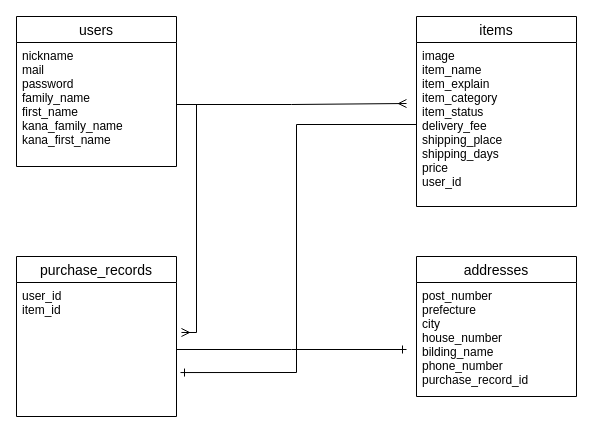
This is ER.dio from tasuke-61/furima-28661, a draw.io file, before an edit. Source tidied: cells renumbered, new cells numbered last; positions are measured from the earlier drawing's top-left corner, leaving out a move shared by most shapes. Both pictures are drawn from the tidied source at 100%, with x=0, y=0 at pixel (16, 16).
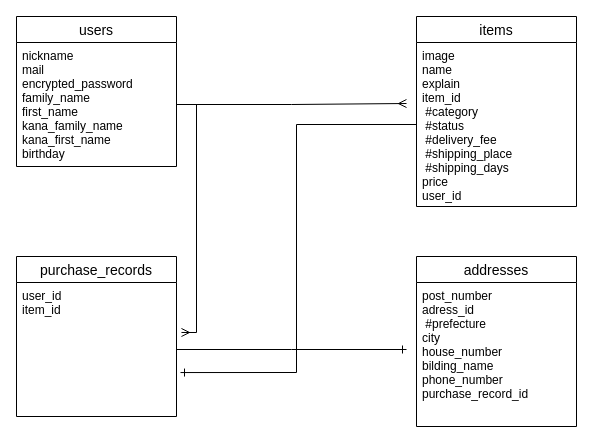
The same page after the edit.

Commit message (it also covers changes not shown here):
データベース設計2

What changed in the source:
```diff
@@
 <mxGraphModel>
   <root>
     <mxCell id="0" />
     <mxCell id="1" parent="0" />
     <mxCell id="2" value="users" style="swimlane;fontStyle=0;horizontal=1;startSize=26;align=center;fontSize=14;" parent="1" vertex="1">
       <mxGeometry width="160" height="150" as="geometry" />
     </mxCell>
-    <mxCell id="3" value="nickname&#10;mail&#10;password&#10;family_name&#10;first_name&#10;kana_family_name&#10;kana_first_name&#10;" style="text;strokeColor=none;fillColor=none;spacingLeft=4;spacingRight=4;overflow=hidden;points=[[0,0.5],[1,0.5]];portConstraint=eastwest;fontSize=12;" parent="2" vertex="1">
+    <mxCell id="3" value="nickname&#10;mail&#10;encrypted_password&#10;family_name&#10;first_name&#10;kana_family_name&#10;kana_first_name&#10;birthday&#10;" style="text;strokeColor=none;fillColor=none;spacingLeft=4;spacingRight=4;overflow=hidden;points=[[0,0.5],[1,0.5]];portConstraint=eastwest;fontSize=12;" parent="2" vertex="1">
       <mxGeometry y="26" width="160" height="124" as="geometry" />
     </mxCell>
     <mxCell id="4" value="items" style="swimlane;fontStyle=0;horizontal=1;startSize=26;align=center;fontSize=14;" parent="1" vertex="1">
       <mxGeometry x="400" width="160" height="190" as="geometry" />
     </mxCell>
-    <mxCell id="5" value="image&#10;item_name&#10;item_explain&#10;item_category&#10;item_status&#10;delivery_fee&#10;shipping_place&#10;shipping_days&#10;price&#10;user_id" style="text;strokeColor=none;fillColor=none;spacingLeft=4;spacingRight=4;overflow=hidden;points=[[0,0.5],[1,0.5]];portConstraint=eastwest;fontSize=12;" parent="4" vertex="1">
+    <mxCell id="5" value="image&#10;name&#10;explain&#10;item_id&#10; #category&#10; #status&#10; #delivery_fee&#10; #shipping_place&#10; #shipping_days&#10;price&#10;user_id&#10;" style="text;strokeColor=none;fillColor=none;spacingLeft=4;spacingRight=4;overflow=hidden;points=[[0,0.5],[1,0.5]];portConstraint=eastwest;fontSize=12;" parent="4" vertex="1">
       <mxGeometry y="26" width="160" height="164" as="geometry" />
     </mxCell>
     <mxCell id="6" value="purchase_records" style="swimlane;fontStyle=0;horizontal=1;startSize=26;align=center;fontSize=14;" parent="1" vertex="1">
       <mxGeometry y="240" width="160" height="160" as="geometry" />
     </mxCell>
     <mxCell id="7" value="addresses" style="swimlane;fontStyle=0;horizontal=1;startSize=26;align=center;fontSize=14;" parent="1" vertex="1">
-      <mxGeometry x="400" y="240" width="160" height="140" as="geometry" />
+      <mxGeometry x="400" y="240" width="160" height="170" as="geometry" />
     </mxCell>
-    <mxCell id="8" value="post_number&#10;prefecture&#10;city&#10;house_number&#10;bilding_name&#10;phone_number&#10;purchase_record_id" style="text;strokeColor=none;fillColor=none;spacingLeft=4;spacingRight=4;overflow=hidden;fontSize=12;" parent="7" vertex="1">
-      <mxGeometry y="26" width="160" height="114" as="geometry" />
+    <mxCell id="8" value="post_number&#10;adress_id&#10; #prefecture&#10;city&#10;house_number&#10;bilding_name&#10;phone_number&#10;purchase_record_id" style="text;strokeColor=none;fillColor=none;spacingLeft=4;spacingRight=4;overflow=hidden;fontSize=12;" parent="7" vertex="1">
+      <mxGeometry y="26" width="160" height="144" as="geometry" />
     </mxCell>
     <mxCell id="9" style="edgeStyle=orthogonalEdgeStyle;rounded=0;jettySize=auto;html=1;exitX=1;exitY=0.5;exitDx=0;exitDy=0;endArrow=ERone;endFill=0;" parent="1" edge="1" source="10">
       <mxGeometry relative="1" as="geometry">
         <mxPoint x="390" y="333" as="targetPoint" />
       </mxGeometry>
     </mxCell>
     <mxCell id="10" value="user_id&#10;item_id" style="text;strokeColor=none;fillColor=none;spacingLeft=4;spacingRight=4;overflow=hidden;points=[[0,0.5],[1,0.5]];portConstraint=eastwest;fontSize=12;" parent="1" vertex="1">
       <mxGeometry y="266" width="160" height="134" as="geometry" />
     </mxCell>
     <mxCell id="11" style="edgeStyle=orthogonalEdgeStyle;rounded=0;jettySize=auto;html=1;exitX=1;exitY=0.5;exitDx=0;exitDy=0;entryX=1.031;entryY=0.373;entryDx=0;entryDy=0;entryPerimeter=0;endArrow=ERmany;endFill=0;" parent="1" edge="1" source="3" target="10">
       <mxGeometry relative="1" as="geometry" />
     </mxCell>
     <mxCell id="12" style="edgeStyle=orthogonalEdgeStyle;rounded=0;jettySize=auto;html=1;exitX=1;exitY=0.5;exitDx=0;exitDy=0;endArrow=ERmany;endFill=0;" parent="1" edge="1" source="3">
       <mxGeometry relative="1" as="geometry">
         <mxPoint x="390" y="87" as="targetPoint" />
       </mxGeometry>
     </mxCell>
     <mxCell id="13" style="edgeStyle=orthogonalEdgeStyle;rounded=0;jettySize=auto;html=1;exitX=0;exitY=0.5;exitDx=0;exitDy=0;entryX=1.025;entryY=0.672;entryDx=0;entryDy=0;entryPerimeter=0;endArrow=ERone;endFill=0;" parent="1" edge="1" source="5" target="10">
       <mxGeometry relative="1" as="geometry" />
     </mxCell>
   </root>
 </mxGraphModel>
```
